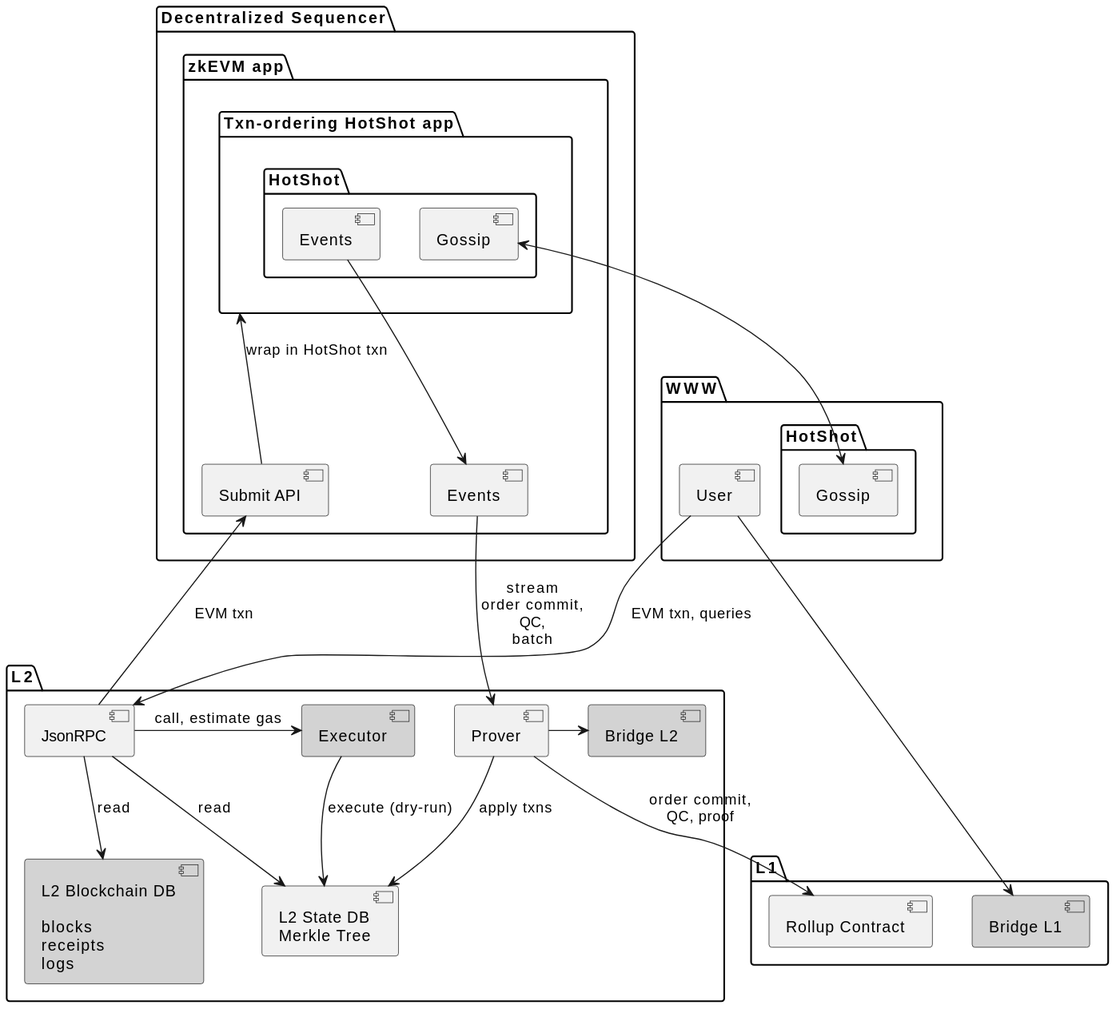
Earlier version of the PlantUML export doc/architecture.svg (EspressoSystems/espresso-sequencer). The source it was exported from:
```plantuml
@startuml
package "WWW" {
  component User
  package "HotShot" as HotShotExternal {
    component "Gossip" as GossipExternal
  }
}

package "Decentralized Sequencer" {
  package "zkEVM app" as zkApp {
    component Events
    component "Submit API" as Submit
    package "Txn-ordering HotShot app" as App {
      package HotShot {
        component "Gossip" as GossipInternal
        component "Events" as HotShotEvents
      }
    }
  }
}

package L2 {
  component JsonRPC
  component L2DB #lightgrey [
    L2 Blockchain DB

    blocks
    receipts
    logs
  ]
  component Prover
  component Executor #lightgrey
  component Tree [
    L2 State DB
    Merkle Tree
  ]
  component "Bridge L2" as BridgeL2 #lightgrey
}

package L1 {
  component Rollup [
    Rollup Contract
  ]
  component "Bridge L1" as BridgeL1 #lightgrey
}

GossipInternal <-down-> GossipExternal
Prover -> BridgeL2

User --> JsonRPC: EVM txn, queries
JsonRPC -> Submit: EVM txn
JsonRPC --> L2DB: read
JsonRPC --> Tree: read
JsonRPC -> Executor: call, estimate gas

User -> BridgeL1
Submit -up-> App: wrap in HotShot txn
HotShotEvents -down-> Events

Executor --> Tree: execute (dry-run)
Prover --> Tree: apply txns
Events --> Prover: stream\norder commit,\nQC,\nbatch
Prover --> Rollup: order commit,\nQC, proof
@enduml
```
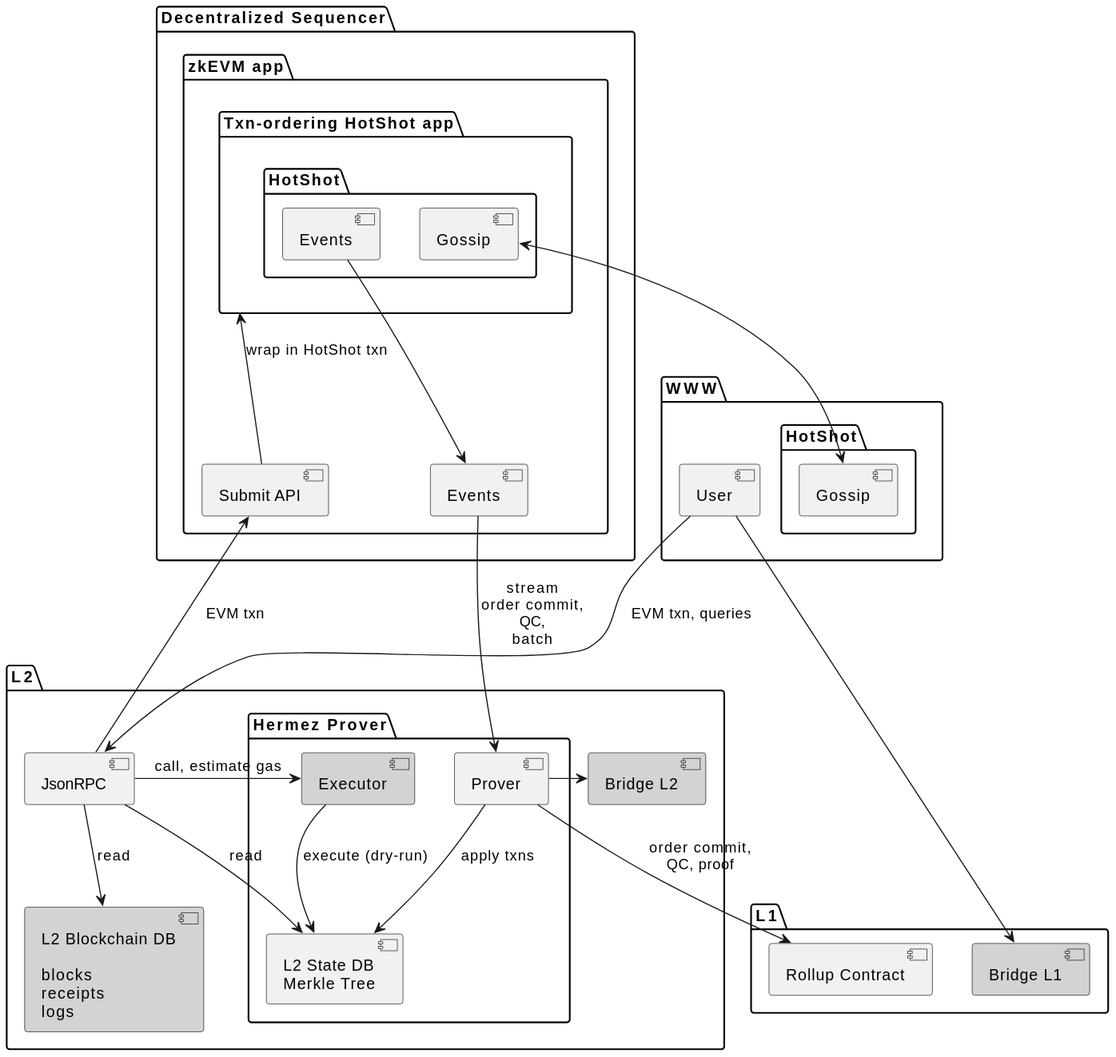
After the change.

Commit message:
Group Prover, Executor, L2 trie into Hermez Prover

Change to the diagram source:
```diff
@@ -28,12 +28,14 @@
     receipts
     logs
   ]
-  component Prover
-  component Executor #lightgrey
-  component Tree [
-    L2 State DB
-    Merkle Tree
-  ]
+  package "Hermez Prover" as HermezProver {
+    component Prover
+    component Executor #lightgrey
+    component Tree [
+      L2 State DB
+      Merkle Tree
+    ]
+  }
   component "Bridge L2" as BridgeL2 #lightgrey
 }
 
```
